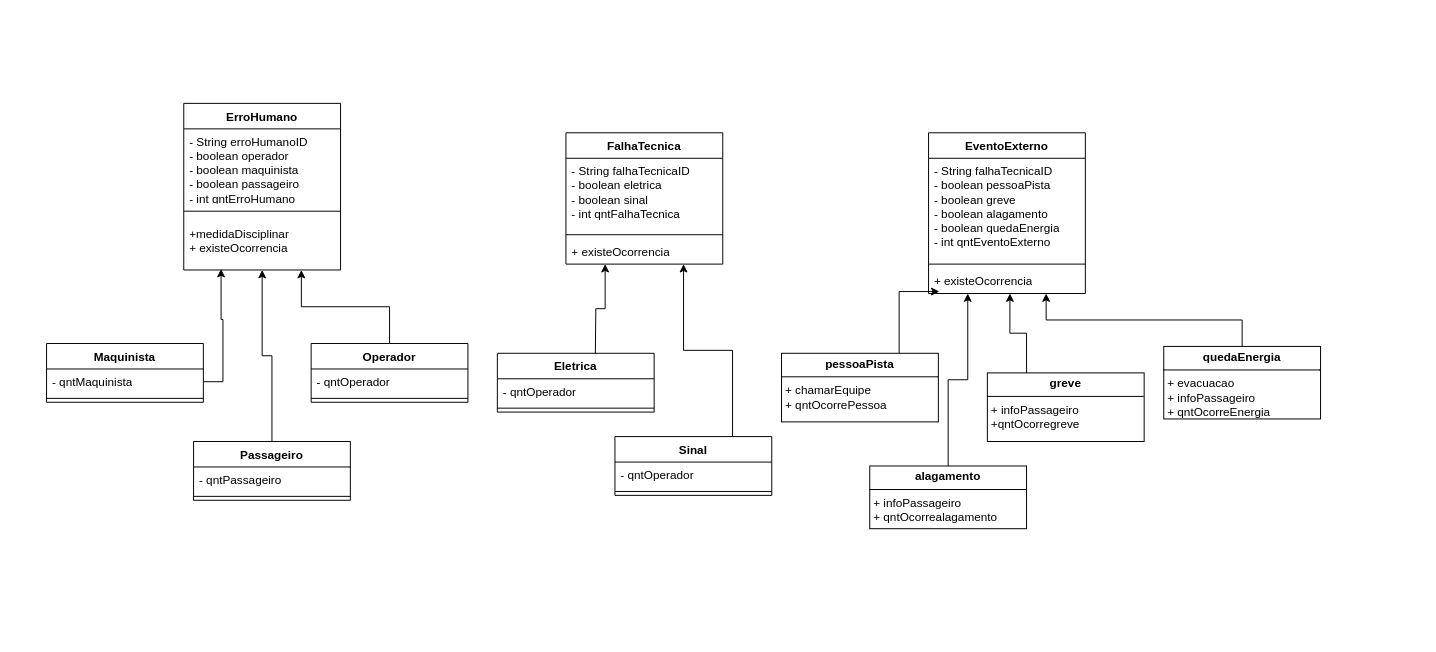
The draw.io diagram page "Ocorrencia Dinâmica" (2 of 4) of modelagemMalhaFerroviaria.drawio in mariaalicen/DiagramasUML, before the edit. Source tidied: cells renumbered, new cells numbered last; positions are measured from the earlier drawing's top-left corner, leaving out a move shared by most shapes. Both pictures are drawn from the tidied source at 98%, with x=0, y=0 at pixel (46, 103).
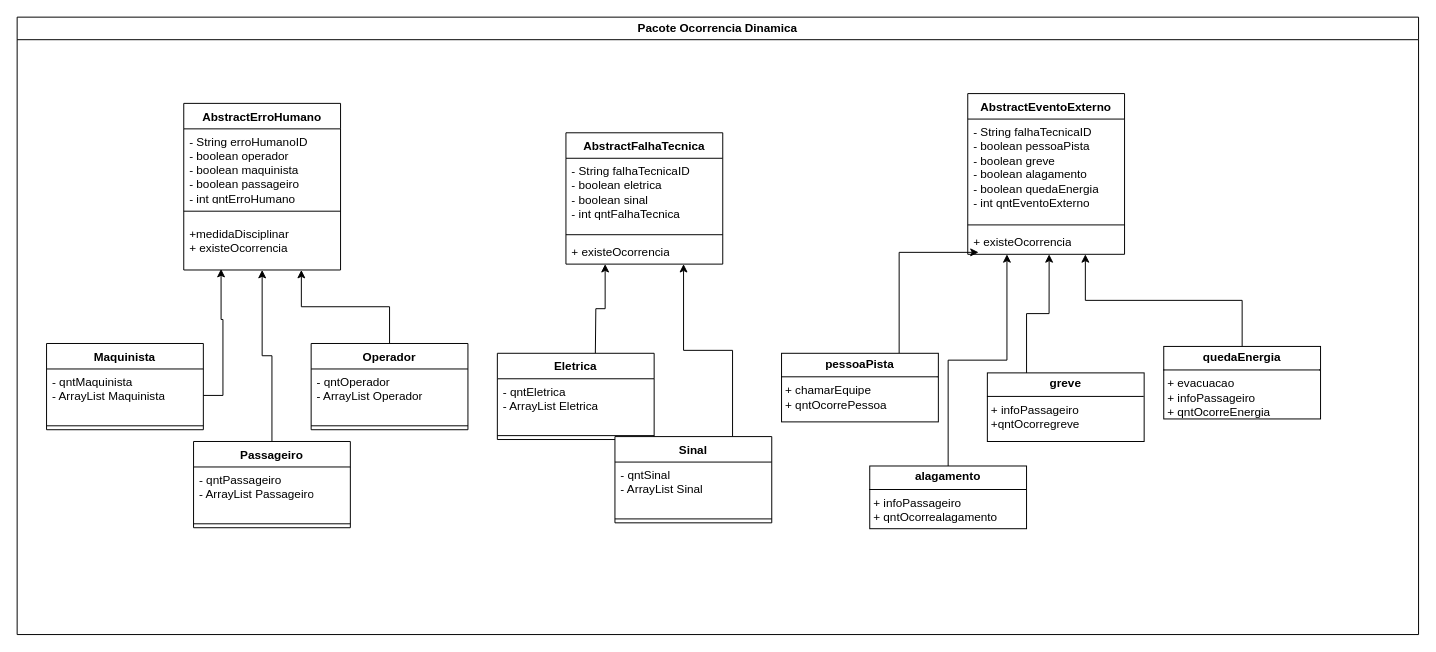
The same diagram, later.

The edit, as a diff of the source:
```diff
@@
-    <mxCell id="2" value="ErroHumano" style="swimlane;fontStyle=1;align=center;verticalAlign=top;horizontal=1;startSize=26;whiteSpace=wrap;html=1;" parent="1" vertex="1">
+    <mxCell id="2" value="AbstractErroHumano" style="swimlane;fontStyle=1;align=center;verticalAlign=top;horizontal=1;startSize=26;whiteSpace=wrap;html=1;" parent="1" vertex="1">
       <mxGeometry x="140" width="160" height="170" as="geometry" />
     </mxCell>
@@
-    <mxCell id="6" value="FalhaTecnica" style="swimlane;fontStyle=1;align=center;verticalAlign=top;horizontal=1;startSize=26;whiteSpace=wrap;html=1;" parent="1" vertex="1">
+    <mxCell id="6" value="AbstractFalhaTecnica" style="swimlane;fontStyle=1;align=center;verticalAlign=top;horizontal=1;startSize=26;whiteSpace=wrap;html=1;" parent="1" vertex="1">
       <mxGeometry x="530" y="30" width="160" height="134" as="geometry" />
     </mxCell>
@@
-    <mxCell id="10" value="EventoExterno" style="swimlane;fontStyle=1;align=center;verticalAlign=top;horizontal=1;startSize=26;whiteSpace=wrap;html=1;" parent="1" vertex="1">
-      <mxGeometry x="900" y="30" width="160" height="164" as="geometry" />
-    </mxCell>
-    <mxCell id="11" value="&lt;div&gt;- String falhaTecnicaID&lt;/div&gt;- boolean pessoaPista&lt;div&gt;- boolean greve&lt;/div&gt;&lt;div&gt;- boolean alagamento&lt;/div&gt;&lt;div&gt;- boolean quedaEnergia&lt;/div&gt;&lt;div&gt;- int qntEventoExterno&lt;/div&gt;" style="text;strokeColor=none;fillColor=none;align=left;verticalAlign=top;spacingLeft=4;spacingRight=4;overflow=hidden;whiteSpace=wrap;html=1;" parent="10" vertex="1">
-      <mxGeometry y="26" width="160" height="104" as="geometry" />
-    </mxCell>
-    <mxCell id="12" style="line;strokeWidth=1;fillColor=none;align=left;verticalAlign=middle;spacingTop=-1;spacingLeft=3;spacingRight=3;labelPosition=right;strokeColor=inherit;" parent="10" vertex="1">
-      <mxGeometry y="130" width="160" height="8" as="geometry" />
-    </mxCell>
-    <mxCell id="13" value="+ existeOcorrencia" style="text;strokeColor=none;fillColor=none;align=left;verticalAlign=top;spacingLeft=4;spacingRight=4;overflow=hidden;points=[[0,0.5],[1,0.5]];portConstraint=eastwest;whiteSpace=wrap;html=1;" parent="10" vertex="1">
-      <mxGeometry y="138" width="160" height="26" as="geometry" />
-    </mxCell>
     <mxCell id="14" value="Maquinista" style="swimlane;fontStyle=1;align=center;verticalAlign=top;horizontal=1;startSize=26;whiteSpace=wrap;html=1;" parent="1" vertex="1">
-      <mxGeometry y="245" width="160" height="60" as="geometry" />
+      <mxGeometry y="245" width="160" height="88" as="geometry" />
     </mxCell>
-    <mxCell id="15" value="- qntMaquinista" style="text;strokeColor=none;fillColor=none;align=left;verticalAlign=top;spacingLeft=4;spacingRight=4;overflow=hidden;points=[[0,0.5],[1,0.5]];portConstraint=eastwest;whiteSpace=wrap;html=1;" parent="14" vertex="1">
-      <mxGeometry y="26" width="160" height="26" as="geometry" />
+    <mxCell id="15" value="- qntMaquinista&lt;div&gt;- ArrayList Maquinista&lt;/div&gt;" style="text;strokeColor=none;fillColor=none;align=left;verticalAlign=top;spacingLeft=4;spacingRight=4;overflow=hidden;points=[[0,0.5],[1,0.5]];portConstraint=eastwest;whiteSpace=wrap;html=1;" parent="14" vertex="1">
+      <mxGeometry y="26" width="160" height="54" as="geometry" />
     </mxCell>
     <mxCell id="16" style="line;strokeWidth=1;fillColor=none;align=left;verticalAlign=middle;spacingTop=-1;spacingLeft=3;spacingRight=3;labelPosition=right;strokeColor=inherit;" parent="14" vertex="1">
-      <mxGeometry y="52" width="160" height="8" as="geometry" />
+      <mxGeometry y="80" width="160" height="8" as="geometry" />
     </mxCell>
@@
     <mxCell id="18" value="Operador" style="swimlane;fontStyle=1;align=center;verticalAlign=top;horizontal=1;startSize=26;whiteSpace=wrap;html=1;" parent="1" vertex="1">
-      <mxGeometry x="270" y="245" width="160" height="60" as="geometry" />
+      <mxGeometry x="270" y="245" width="160" height="88" as="geometry" />
     </mxCell>
-    <mxCell id="19" value="- qntOperador" style="text;strokeColor=none;fillColor=none;align=left;verticalAlign=top;spacingLeft=4;spacingRight=4;overflow=hidden;whiteSpace=wrap;html=1;" parent="18" vertex="1">
-      <mxGeometry y="26" width="160" height="26" as="geometry" />
+    <mxCell id="19" value="- qntOperador&lt;div&gt;- ArrayList Operador&lt;/div&gt;" style="text;strokeColor=none;fillColor=none;align=left;verticalAlign=top;spacingLeft=4;spacingRight=4;overflow=hidden;whiteSpace=wrap;html=1;" parent="18" vertex="1">
+      <mxGeometry y="26" width="160" height="54" as="geometry" />
     </mxCell>
     <mxCell id="20" style="line;strokeWidth=1;fillColor=none;align=left;verticalAlign=middle;spacingTop=-1;spacingLeft=3;spacingRight=3;labelPosition=right;strokeColor=inherit;" parent="18" vertex="1">
-      <mxGeometry y="52" width="160" height="8" as="geometry" />
+      <mxGeometry y="80" width="160" height="8" as="geometry" />
     </mxCell>
@@
     <mxCell id="22" value="Passageiro" style="swimlane;fontStyle=1;align=center;verticalAlign=top;horizontal=1;startSize=26;whiteSpace=wrap;html=1;" parent="1" vertex="1">
-      <mxGeometry x="150" y="345" width="160" height="60" as="geometry" />
+      <mxGeometry x="150" y="345" width="160" height="88" as="geometry" />
     </mxCell>
-    <mxCell id="23" value="- qntPassageiro" style="text;strokeColor=none;fillColor=none;align=left;verticalAlign=top;spacingLeft=4;spacingRight=4;overflow=hidden;whiteSpace=wrap;html=1;" parent="22" vertex="1">
-      <mxGeometry y="26" width="160" height="26" as="geometry" />
+    <mxCell id="23" value="- qntPassageiro&lt;div&gt;- ArrayList Passageiro&lt;/div&gt;" style="text;strokeColor=none;fillColor=none;align=left;verticalAlign=top;spacingLeft=4;spacingRight=4;overflow=hidden;whiteSpace=wrap;html=1;" parent="22" vertex="1">
+      <mxGeometry y="26" width="160" height="54" as="geometry" />
     </mxCell>
     <mxCell id="24" style="line;strokeWidth=1;fillColor=none;align=left;verticalAlign=middle;spacingTop=-1;spacingLeft=3;spacingRight=3;labelPosition=right;strokeColor=inherit;" parent="22" vertex="1">
-      <mxGeometry y="52" width="160" height="8" as="geometry" />
+      <mxGeometry y="80" width="160" height="8" as="geometry" />
     </mxCell>
@@
     <mxCell id="33" value="Eletrica" style="swimlane;fontStyle=1;align=center;verticalAlign=top;horizontal=1;startSize=26;whiteSpace=wrap;html=1;" parent="1" vertex="1">
-      <mxGeometry x="460" y="255" width="160" height="60" as="geometry" />
+      <mxGeometry x="460" y="255" width="160" height="88" as="geometry" />
     </mxCell>
-    <mxCell id="34" value="- qntOperador" style="text;strokeColor=none;fillColor=none;align=left;verticalAlign=top;spacingLeft=4;spacingRight=4;overflow=hidden;whiteSpace=wrap;html=1;" parent="33" vertex="1">
-      <mxGeometry y="26" width="160" height="26" as="geometry" />
+    <mxCell id="34" value="- qntEletrica&amp;nbsp;&lt;div&gt;&lt;span style=&quot;background-color: initial;&quot;&gt;- ArrayList Eletrica&lt;/span&gt;&lt;/div&gt;" style="text;strokeColor=none;fillColor=none;align=left;verticalAlign=top;spacingLeft=4;spacingRight=4;overflow=hidden;whiteSpace=wrap;html=1;" parent="33" vertex="1">
+      <mxGeometry y="26" width="160" height="54" as="geometry" />
     </mxCell>
     <mxCell id="35" style="line;strokeWidth=1;fillColor=none;align=left;verticalAlign=middle;spacingTop=-1;spacingLeft=3;spacingRight=3;labelPosition=right;strokeColor=inherit;" parent="33" vertex="1">
-      <mxGeometry y="52" width="160" height="8" as="geometry" />
+      <mxGeometry y="80" width="160" height="8" as="geometry" />
     </mxCell>
@@
     <mxCell id="37" value="Sinal" style="swimlane;fontStyle=1;align=center;verticalAlign=top;horizontal=1;startSize=26;whiteSpace=wrap;html=1;" parent="1" vertex="1">
-      <mxGeometry x="580" y="340" width="160" height="60" as="geometry" />
+      <mxGeometry x="580" y="340" width="160" height="88" as="geometry" />
     </mxCell>
-    <mxCell id="38" value="- qntOperador" style="text;strokeColor=none;fillColor=none;align=left;verticalAlign=top;spacingLeft=4;spacingRight=4;overflow=hidden;whiteSpace=wrap;html=1;" parent="37" vertex="1">
-      <mxGeometry y="26" width="160" height="26" as="geometry" />
+    <mxCell id="38" value="- qntSinal&lt;div&gt;- ArrayList Sinal&lt;/div&gt;" style="text;strokeColor=none;fillColor=none;align=left;verticalAlign=top;spacingLeft=4;spacingRight=4;overflow=hidden;whiteSpace=wrap;html=1;" parent="37" vertex="1">
+      <mxGeometry y="26" width="160" height="54" as="geometry" />
     </mxCell>
     <mxCell id="39" style="line;strokeWidth=1;fillColor=none;align=left;verticalAlign=middle;spacingTop=-1;spacingLeft=3;spacingRight=3;labelPosition=right;strokeColor=inherit;" parent="37" vertex="1">
-      <mxGeometry y="52" width="160" height="8" as="geometry" />
+      <mxGeometry y="80" width="160" height="8" as="geometry" />
     </mxCell>
@@
+    <mxCell id="42" value="Pacote Ocorrencia Dinamica" style="swimlane;whiteSpace=wrap;html=1;" parent="1" vertex="1">
+      <mxGeometry x="-30" y="-88" width="1430" height="630" as="geometry" />
+    </mxCell>
+    <mxCell id="10" value="AbstractEventoExterno" style="swimlane;fontStyle=1;align=center;verticalAlign=top;horizontal=1;startSize=26;whiteSpace=wrap;html=1;" parent="42" vertex="1">
+      <mxGeometry x="970" y="78" width="160" height="164" as="geometry" />
+    </mxCell>
+    <mxCell id="11" value="&lt;div&gt;- String falhaTecnicaID&lt;/div&gt;- boolean pessoaPista&lt;div&gt;- boolean greve&lt;/div&gt;&lt;div&gt;- boolean alagamento&lt;/div&gt;&lt;div&gt;- boolean quedaEnergia&lt;/div&gt;&lt;div&gt;- int qntEventoExterno&lt;/div&gt;" style="text;strokeColor=none;fillColor=none;align=left;verticalAlign=top;spacingLeft=4;spacingRight=4;overflow=hidden;whiteSpace=wrap;html=1;" parent="10" vertex="1">
+      <mxGeometry y="26" width="160" height="104" as="geometry" />
+    </mxCell>
+    <mxCell id="12" style="line;strokeWidth=1;fillColor=none;align=left;verticalAlign=middle;spacingTop=-1;spacingLeft=3;spacingRight=3;labelPosition=right;strokeColor=inherit;" parent="10" vertex="1">
+      <mxGeometry y="130" width="160" height="8" as="geometry" />
+    </mxCell>
+    <mxCell id="13" value="+ existeOcorrencia" style="text;strokeColor=none;fillColor=none;align=left;verticalAlign=top;spacingLeft=4;spacingRight=4;overflow=hidden;points=[[0,0.5],[1,0.5]];portConstraint=eastwest;whiteSpace=wrap;html=1;" parent="10" vertex="1">
+      <mxGeometry y="138" width="160" height="26" as="geometry" />
+    </mxCell>
```
